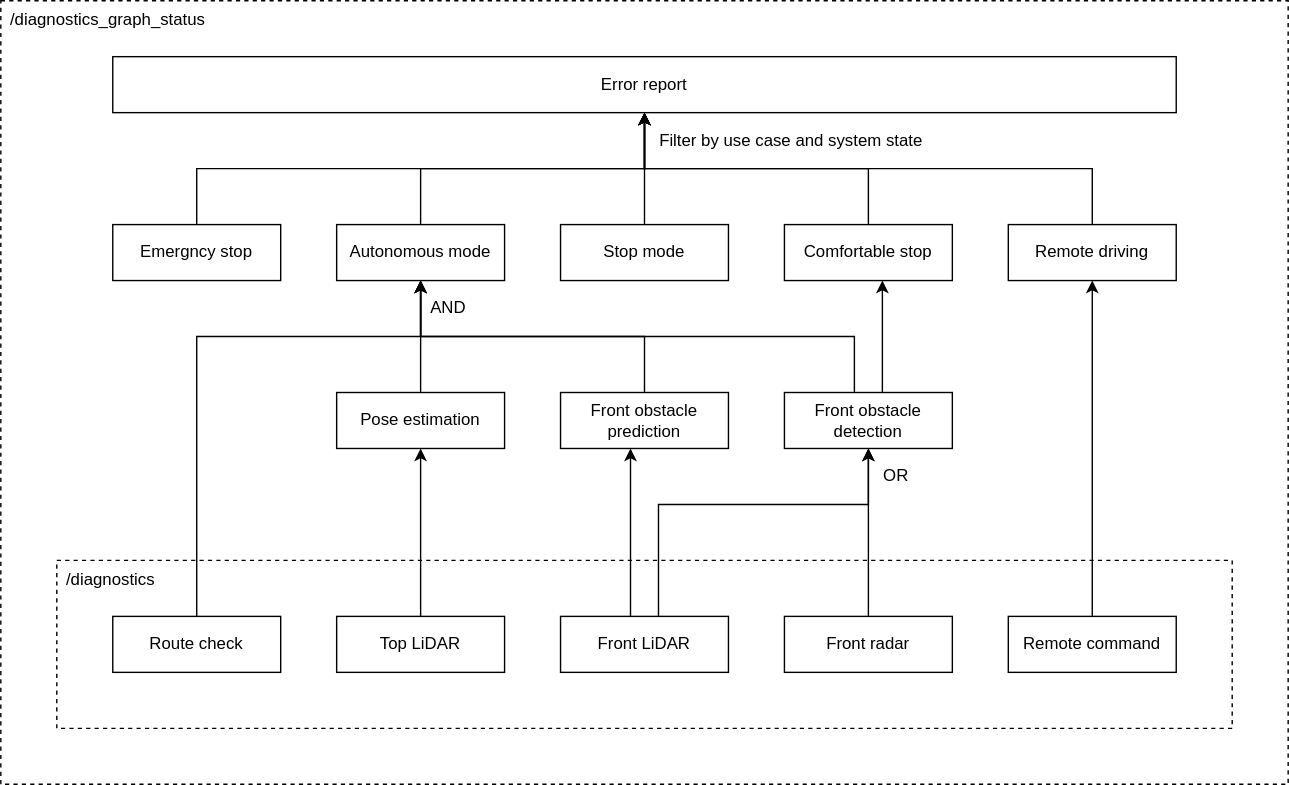
This is system/system_diagnostic_graph/doc/overview.drawio.svg from autowarefoundation/autoware.universe, a draw.io export, as it was before one commit. Source tidied: cells renumbered, new cells last; positions are measured from the earlier drawing's top-left corner, leaving out a move shared by most shapes.
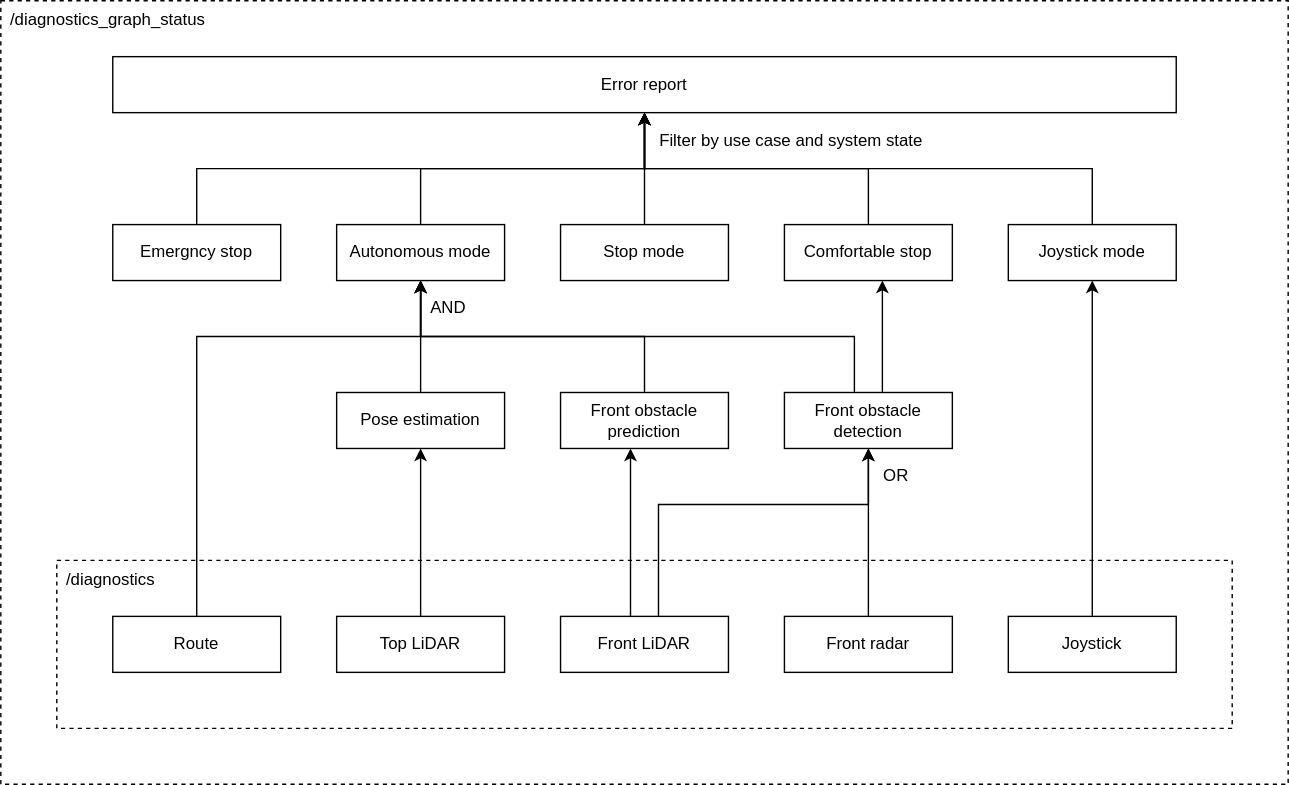
Above is the later version.

What changed in the source:
```diff
@@ -94,19 +94,19 @@
         </Array>
       </mxGeometry>
     </mxCell>
-    <mxCell id="21" value="Route&amp;nbsp;check" style="rounded=0;whiteSpace=wrap;html=1;" parent="1" vertex="1">
+    <mxCell id="21" value="Route" style="rounded=0;whiteSpace=wrap;html=1;" parent="1" vertex="1">
       <mxGeometry x="80" y="440" width="120" height="40" as="geometry" />
     </mxCell>
     <mxCell id="22" style="edgeStyle=orthogonalEdgeStyle;rounded=0;jettySize=auto;html=1;" parent="1" edge="1" source="23" target="31">
       <mxGeometry relative="1" as="geometry" />
     </mxCell>
-    <mxCell id="23" value="Remote driving" style="rounded=0;whiteSpace=wrap;html=1;" parent="1" vertex="1">
+    <mxCell id="23" value="Joystick mode" style="rounded=0;whiteSpace=wrap;html=1;" parent="1" vertex="1">
       <mxGeometry x="720" y="160" width="120" height="40" as="geometry" />
     </mxCell>
     <mxCell id="24" style="edgeStyle=orthogonalEdgeStyle;rounded=0;jettySize=auto;html=1;" parent="1" edge="1" source="25" target="23">
       <mxGeometry relative="1" as="geometry" />
     </mxCell>
-    <mxCell id="25" value="Remote command" style="rounded=0;whiteSpace=wrap;html=1;" parent="1" vertex="1">
+    <mxCell id="25" value="Joystick" style="rounded=0;whiteSpace=wrap;html=1;" parent="1" vertex="1">
       <mxGeometry x="720" y="440" width="120" height="40" as="geometry" />
     </mxCell>
     <mxCell id="26" value="AND" style="text;html=1;strokeColor=none;fillColor=none;align=center;verticalAlign=middle;whiteSpace=wrap;rounded=0;" parent="1" vertex="1">
```
